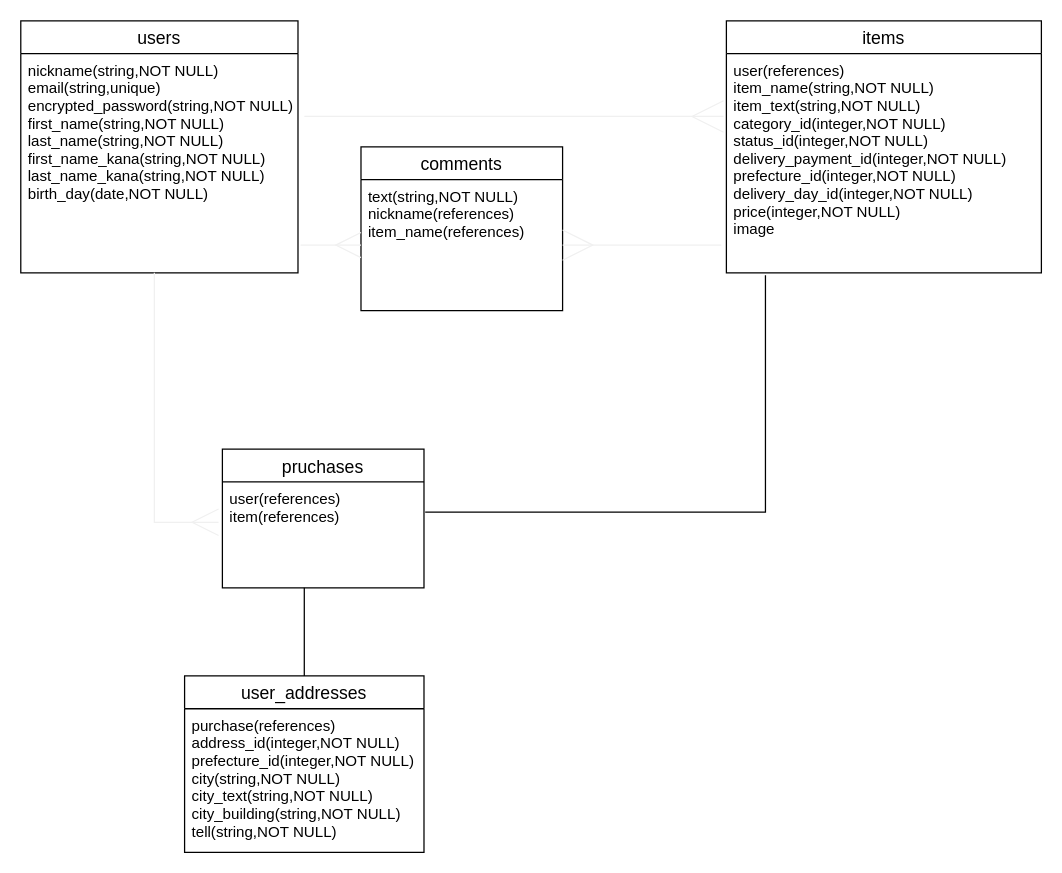
Earlier version of the draw.io diagram ER.dio (shota-ishi73/furima-34251). Source tidied: cells renumbered, new cells numbered last; positions are measured from the earlier drawing's top-left corner, leaving out a move shared by most shapes. Both pictures are drawn from the tidied source at 126%, with x=0, y=0 at pixel (20, 20).
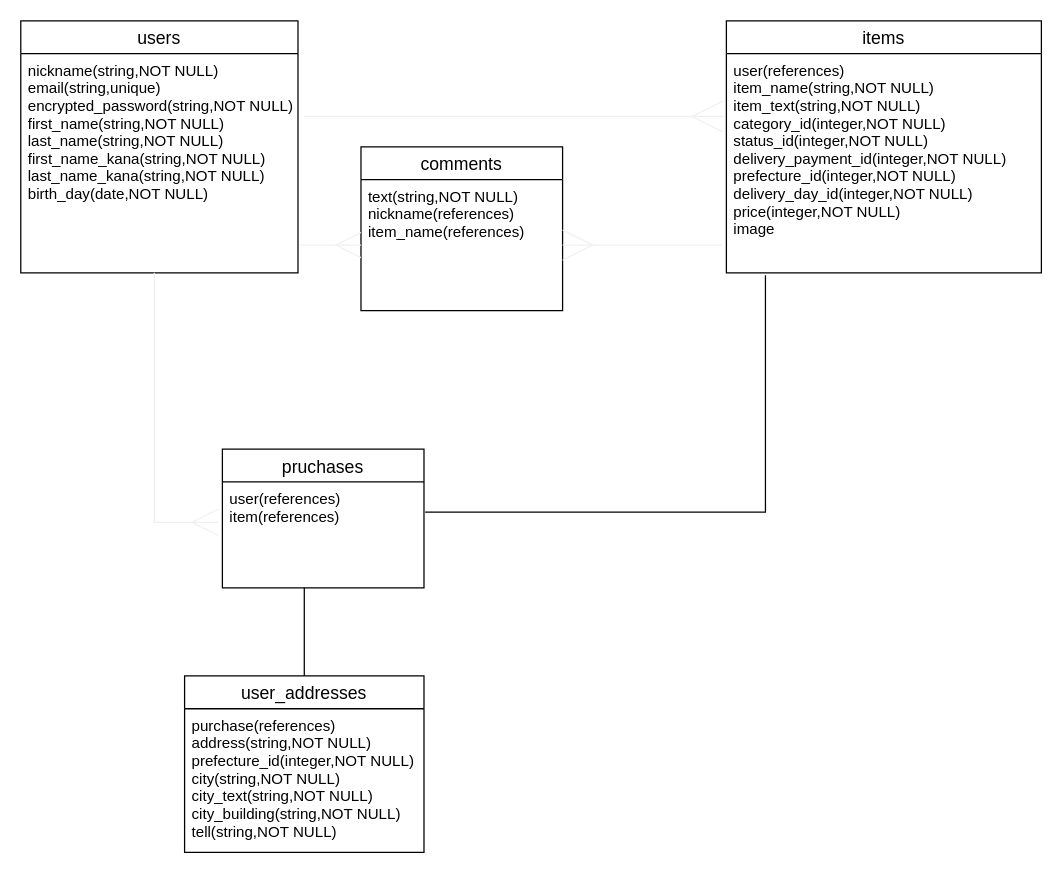
Above is the later version.

Unchanged cells that the change refers to:
```xml
<mxCell id="11" value="user_addresses" style="swimlane;fontStyle=0;horizontal=1;startSize=26;align=center;fontSize=14;strokeWidth=1;" parent="1" vertex="1">
  <mxGeometry x="130" y="520" width="190" height="140" as="geometry" />
</mxCell>
```

What changed in the source:
```diff
@@
-    <mxCell id="12" value="purchase(references)&#10;address_id(integer,NOT NULL)&#10;prefecture_id(integer,NOT NULL)&#10;city(string,NOT NULL)&#10;city_text(string,NOT NULL)&#10;city_building(string,NOT NULL)&#10;tell(string,NOT NULL)&#10;" style="text;strokeColor=none;fillColor=none;spacingLeft=4;spacingRight=4;overflow=hidden;fontSize=12;" parent="11" vertex="1">
+    <mxCell id="12" value="purchase(references)&#10;address(string,NOT NULL)&#10;prefecture_id(integer,NOT NULL)&#10;city(string,NOT NULL)&#10;city_text(string,NOT NULL)&#10;city_building(string,NOT NULL)&#10;tell(string,NOT NULL)&#10;" style="text;strokeColor=none;fillColor=none;spacingLeft=4;spacingRight=4;overflow=hidden;fontSize=12;" parent="11" vertex="1">
       <mxGeometry y="26" width="190" height="114" as="geometry" />
     </mxCell>
```
